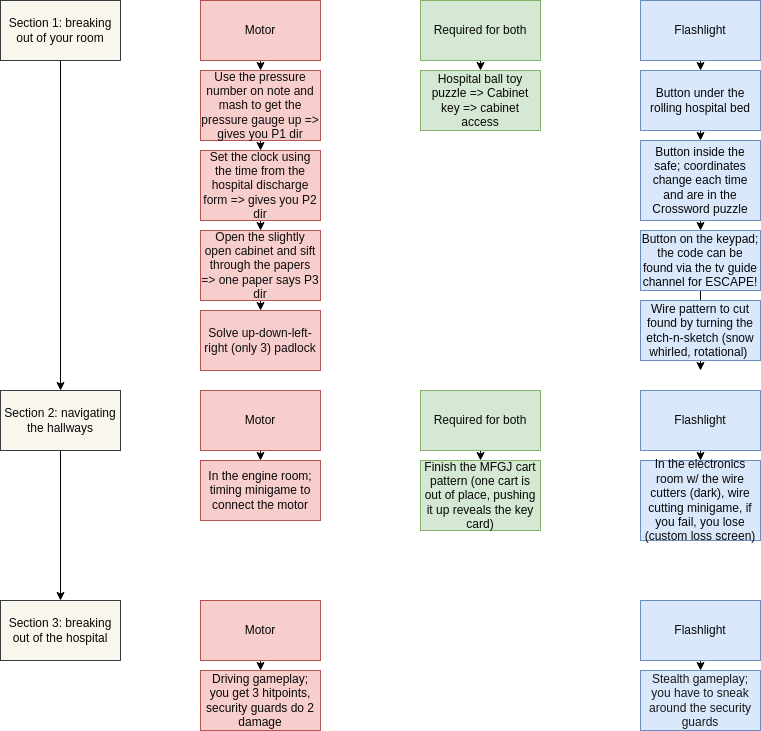
Earlier version of the draw.io export puzzles.png (xanmankey/MedicalBills). Source tidied: cells renumbered, new cells last; positions are measured from the earlier drawing's top-left corner, leaving out a move shared by most shapes.
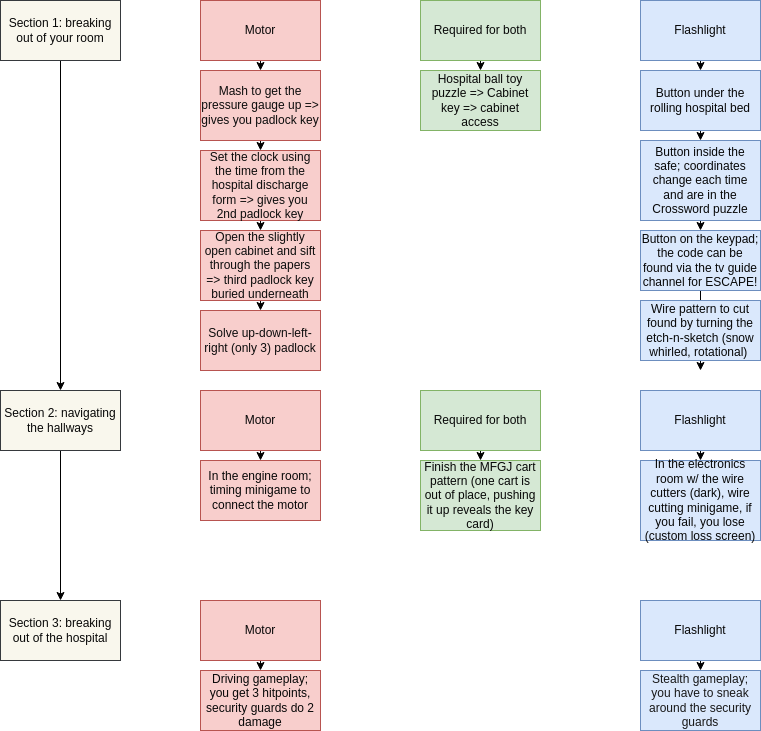
After the change.

Change to the diagram source:
```diff
@@ -41,7 +41,7 @@
     <mxCell id="14" style="edgeStyle=none;html=1;fontColor=#000000;" parent="1" edge="1" source="15" target="23">
       <mxGeometry relative="1" as="geometry" />
     </mxCell>
-    <mxCell id="15" value="&lt;span style=&quot;color: rgb(13 , 13 , 13)&quot;&gt;Use the pressure number on note and mash to get the pressure gauge up =&amp;gt; gives you P1 dir&lt;/span&gt;" style="whiteSpace=wrap;html=1;fillColor=#f8cecc;strokeColor=#b85450;" parent="1" vertex="1">
+    <mxCell id="15" value="&lt;span style=&quot;color: rgb(13 , 13 , 13)&quot;&gt;Mash to get the pressure gauge up =&amp;gt; gives you padlock key&lt;/span&gt;" style="whiteSpace=wrap;html=1;fillColor=#f8cecc;strokeColor=#b85450;" parent="1" vertex="1">
       <mxGeometry x="200" y="70" width="120" height="70" as="geometry" />
     </mxCell>
     <mxCell id="16" style="edgeStyle=none;html=1;fontColor=#000000;" parent="1" edge="1" source="17" target="19">
@@ -67,13 +67,13 @@
     <mxCell id="22" style="edgeStyle=none;html=1;fontColor=#0D0D0D;" parent="1" edge="1" source="23" target="25">
       <mxGeometry relative="1" as="geometry" />
     </mxCell>
-    <mxCell id="23" value="&lt;font color=&quot;#0d0d0d&quot;&gt;Set the clock using the time from the hospital discharge form =&amp;gt; gives you P2 dir&lt;/font&gt;" style="whiteSpace=wrap;html=1;fillColor=#f8cecc;strokeColor=#b85450;" parent="1" vertex="1">
+    <mxCell id="23" value="&lt;font color=&quot;#0d0d0d&quot;&gt;Set the clock using the time from the hospital discharge form =&amp;gt; gives you 2nd padlock key&lt;/font&gt;" style="whiteSpace=wrap;html=1;fillColor=#f8cecc;strokeColor=#b85450;" parent="1" vertex="1">
       <mxGeometry x="200" y="150" width="120" height="70" as="geometry" />
     </mxCell>
     <mxCell id="24" style="edgeStyle=none;html=1;fontColor=#0D0D0D;" parent="1" edge="1" source="25" target="26">
       <mxGeometry relative="1" as="geometry" />
     </mxCell>
-    <mxCell id="25" value="&lt;span style=&quot;color: rgb(13 , 13 , 13)&quot;&gt;Open the slightly open cabinet and sift through the papers =&amp;gt; one paper says P3 dir&lt;/span&gt;" style="whiteSpace=wrap;html=1;fillColor=#f8cecc;strokeColor=#b85450;" parent="1" vertex="1">
+    <mxCell id="25" value="&lt;span style=&quot;color: rgb(13 , 13 , 13)&quot;&gt;Open the slightly open cabinet and sift through the papers =&amp;gt; third padlock key buried underneath&lt;/span&gt;" style="whiteSpace=wrap;html=1;fillColor=#f8cecc;strokeColor=#b85450;" parent="1" vertex="1">
       <mxGeometry x="200" y="230" width="120" height="70" as="geometry" />
     </mxCell>
     <mxCell id="26" value="&lt;span style=&quot;color: rgb(13 , 13 , 13)&quot;&gt;Solve up-down-left-right (only 3) padlock&lt;/span&gt;" style="whiteSpace=wrap;html=1;fillColor=#f8cecc;strokeColor=#b85450;" parent="1" vertex="1">
```
